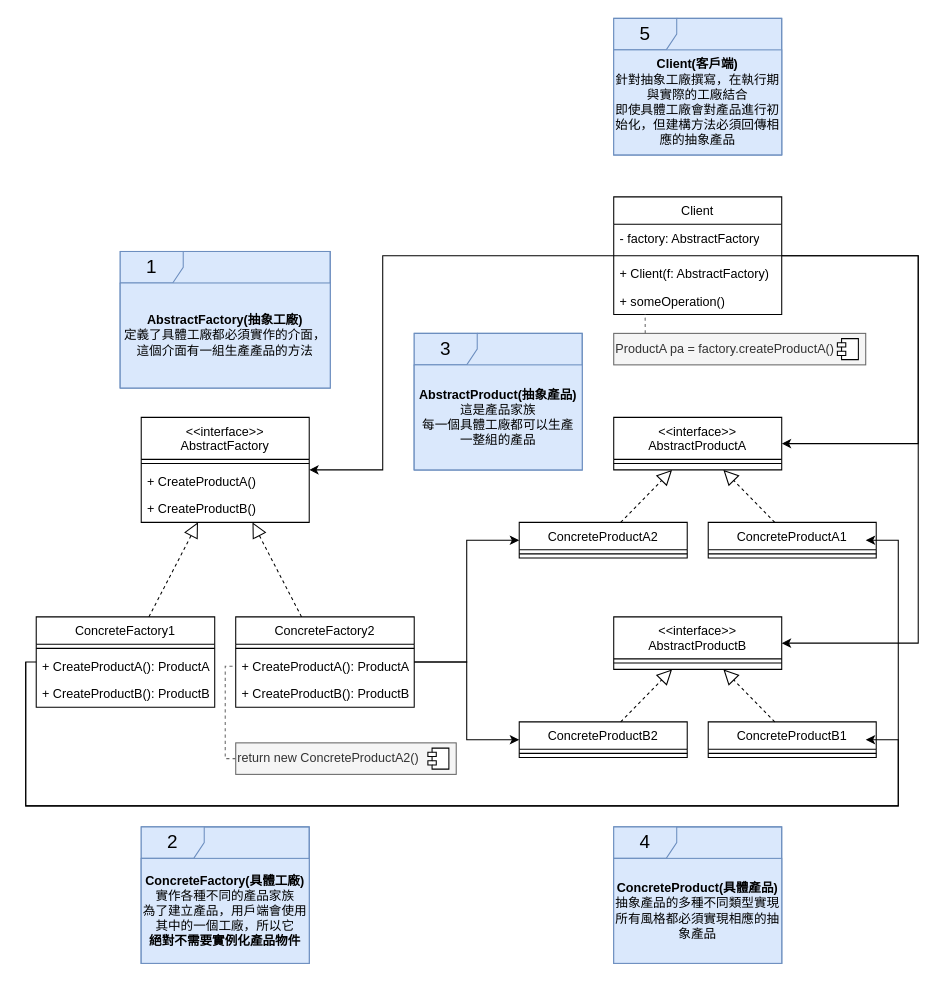
The draw.io diagram Abstract Factory Pattern/抽象工廠模式結構.drawio in koteruon/design_pattern, before the edit. Source tidied: cells renumbered, new cells numbered last; positions are measured from the earlier drawing's top-left corner, leaving out a move shared by most shapes. Both pictures are drawn from the tidied source at 105%, with x=0, y=0 at pixel (25, 18).
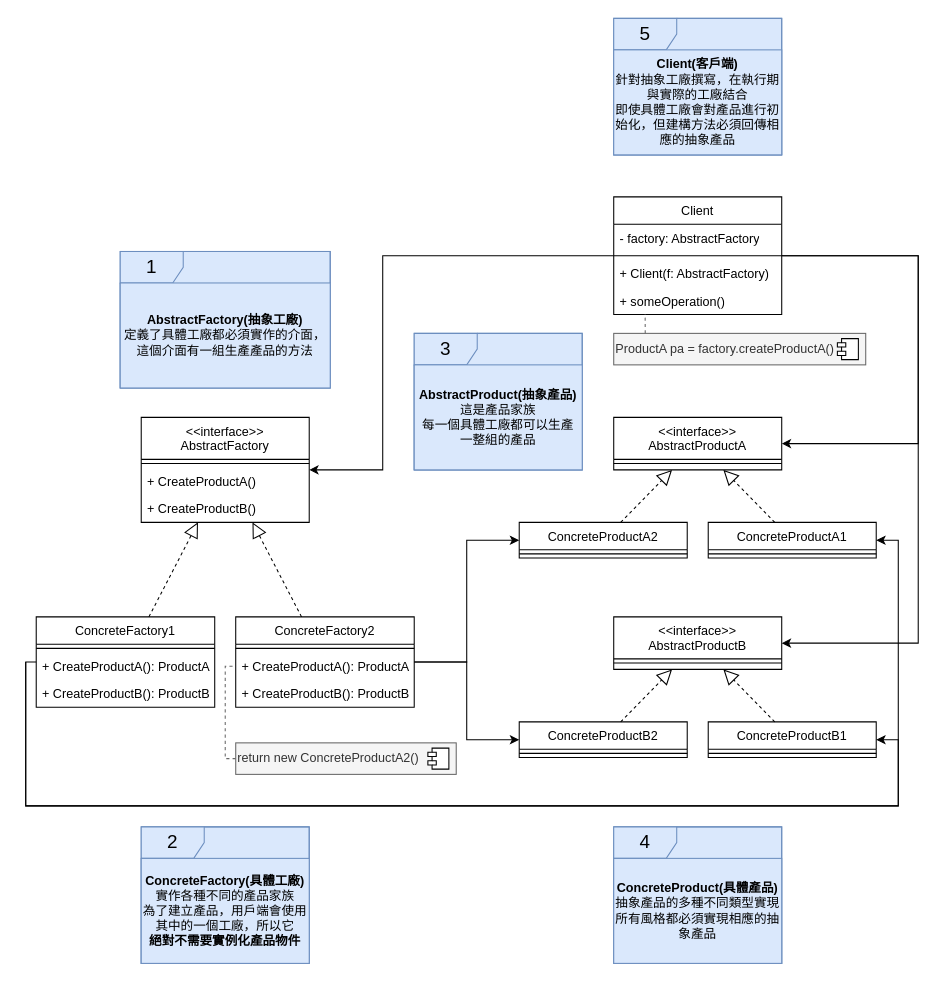
Above is the later version.

The change refers to these unchanged cells:
```xml
<mxCell id="18" value="&lt;span style=&quot;font-weight: 400; text-wrap: nowrap;&quot;&gt;Concrete&lt;/span&gt;&lt;span style=&quot;font-weight: 400; text-wrap: nowrap;&quot;&gt;ProductA1&lt;/span&gt;" style="swimlane;fontStyle=1;align=center;verticalAlign=top;horizontal=1;startSize=26;whiteSpace=wrap;html=1;" parent="1" vertex="1">
  <mxGeometry x="650" y="480" width="160" height="34" as="geometry" />
</mxCell>
<mxCell id="24" value="&lt;span style=&quot;font-weight: 400; text-wrap: nowrap;&quot;&gt;Concrete&lt;/span&gt;&lt;span style=&quot;font-weight: 400; text-wrap: nowrap;&quot;&gt;ProductB1&lt;/span&gt;" style="swimlane;fontStyle=1;align=center;verticalAlign=top;horizontal=1;startSize=26;whiteSpace=wrap;html=1;" parent="1" vertex="1">
  <mxGeometry x="650" y="670" width="160" height="34" as="geometry" />
</mxCell>
```

What changed in the source:
```diff
@@
-    <mxCell id="42" style="endArrow=classic;html=1;rounded=0;edgeStyle=orthogonalEdgeStyle;" parent="1" edge="1">
+    <mxCell id="42" style="endArrow=classic;html=1;rounded=0;edgeStyle=orthogonalEdgeStyle;entryX=1;entryY=0.5;entryDx=0;entryDy=0;" parent="1" edge="1" target="18">
       <mxGeometry relative="1" as="geometry">
         <mxPoint y="613" as="sourcePoint" />
-        <mxPoint x="800" y="497" as="targetPoint" />
         <Array as="points">
           <mxPoint y="750" />
           <mxPoint x="831" y="750" />
           <mxPoint x="831" y="497" />
         </Array>
       </mxGeometry>
     </mxCell>
-    <mxCell id="43" style="endArrow=classic;html=1;rounded=0;edgeStyle=orthogonalEdgeStyle;" parent="1" edge="1">
+    <mxCell id="43" style="endArrow=classic;html=1;rounded=0;edgeStyle=orthogonalEdgeStyle;entryX=1;entryY=0.5;entryDx=0;entryDy=0;" parent="1" edge="1" target="24">
       <mxGeometry relative="1" as="geometry">
         <mxPoint x="10" y="613" as="sourcePoint" />
-        <mxPoint x="800" y="687" as="targetPoint" />
         <Array as="points">
           <mxPoint y="613" />
           <mxPoint y="750" />
           <mxPoint x="831" y="750" />
           <mxPoint x="831" y="687" />
         </Array>
       </mxGeometry>
     </mxCell>
```
